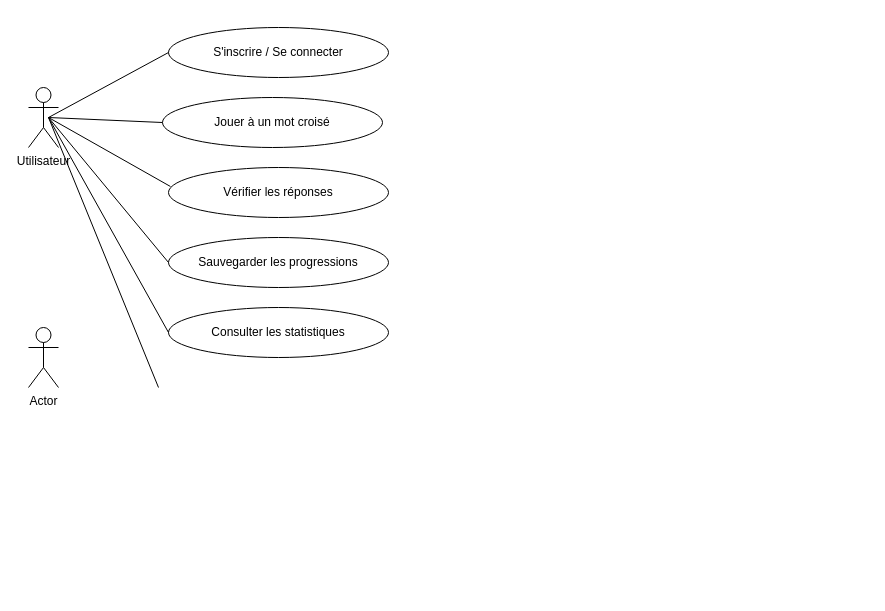
Earlier version of the draw.io diagram diagramme de cas d'utilisation.drawio (Kimii01/Mot-crois-e-apk). Source tidied: cells renumbered, new cells numbered last; positions are measured from the earlier drawing's top-left corner, leaving out a move shared by most shapes. Both pictures are drawn from the tidied source at 100%, with x=0, y=0 at pixel (28, 27).
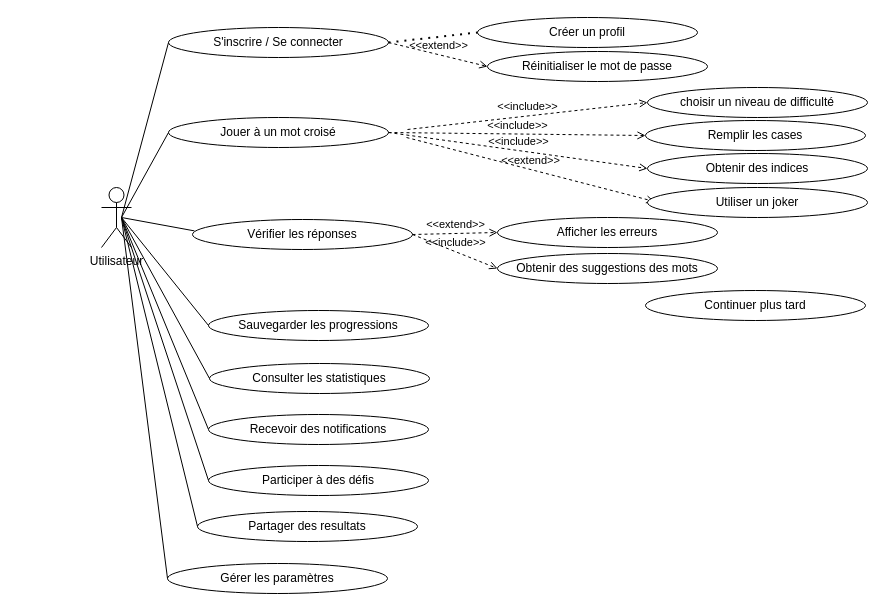
The same page after the edit.

Commit message:
Mettre à jour diagramme de cas d'utilisation.drawio

What changed in the source:
```diff
@@
+    <mxCell id="14" value="Réinitialiser le mot de passe" style="ellipse;whiteSpace=wrap;html=1;" parent="1" vertex="1">
+      <mxGeometry x="459" y="24" width="220" height="30" as="geometry" />
+    </mxCell>
+    <mxCell id="15" value="Créer un profil" style="ellipse;whiteSpace=wrap;html=1;" parent="1" vertex="1">
+      <mxGeometry x="449" y="-10" width="220" height="30" as="geometry" />
+    </mxCell>
+    <mxCell id="16" style="endArrow=none;dashed=1;html=1;dashPattern=1 3;strokeWidth=2;rounded=0;exitX=1;exitY=0.5;exitDx=0;exitDy=0;entryX=0;entryY=0.5;entryDx=0;entryDy=0;" parent="1" edge="1" source="3" target="15">
+      <mxGeometry relative="1" as="geometry" />
+    </mxCell>
+    <mxCell id="17" style="group;" parent="1" vertex="1">
+      <mxGeometry x="73" y="70" width="360" height="350" as="geometry" />
+    </mxCell>
-    <mxCell id="2" value="Utilisateur" style="shape=umlActor;verticalLabelPosition=bottom;verticalAlign=top;html=1;" parent="1" vertex="1">
-      <mxGeometry y="60" width="30" height="60" as="geometry" />
+    <mxCell id="2" value="Utilisateur" style="shape=umlActor;verticalLabelPosition=bottom;verticalAlign=top;html=1;" parent="17" vertex="1">
+      <mxGeometry y="90" width="30" height="60" as="geometry" />
     </mxCell>
-    <mxCell id="3" value="S'inscrire / Se connecter" style="ellipse;whiteSpace=wrap;html=1;" parent="1" vertex="1">
-      <mxGeometry x="140" width="220" height="50" as="geometry" />
-    </mxCell>
-    <mxCell id="4" value="Jouer à un mot croisé" style="ellipse;whiteSpace=wrap;html=1;" parent="1" vertex="1">
-      <mxGeometry x="134" y="70" width="220" height="50" as="geometry" />
+    <mxCell id="4" value="Jouer à un mot croisé" style="ellipse;whiteSpace=wrap;html=1;" parent="17" vertex="1">
+      <mxGeometry x="67" y="20" width="220" height="30" as="geometry" />
     </mxCell>
-    <mxCell id="5" value="Vérifier les réponses" style="ellipse;whiteSpace=wrap;html=1;" parent="1" vertex="1">
-      <mxGeometry x="140" y="140" width="220" height="50" as="geometry" />
+    <mxCell id="5" value="Vérifier les réponses" style="ellipse;whiteSpace=wrap;html=1;" parent="17" vertex="1">
+      <mxGeometry x="91" y="122" width="220" height="30" as="geometry" />
     </mxCell>
-    <mxCell id="6" value="Sauvegarder les progressions" style="ellipse;whiteSpace=wrap;html=1;" parent="1" vertex="1">
-      <mxGeometry x="140" y="210" width="220" height="50" as="geometry" />
+    <mxCell id="6" value="Sauvegarder les progressions" style="ellipse;whiteSpace=wrap;html=1;" parent="17" vertex="1">
+      <mxGeometry x="107" y="213" width="220" height="30" as="geometry" />
     </mxCell>
-    <mxCell id="7" value="Actor" style="shape=umlActor;verticalLabelPosition=bottom;verticalAlign=top;html=1;" parent="1" vertex="1">
-      <mxGeometry y="300" width="30" height="60" as="geometry" />
-    </mxCell>
-    <mxCell id="8" style="endArrow=none;html=1;rounded=0;entryX=0;entryY=0.5;entryDx=0;entryDy=0;exitX=0;exitY=0.5;exitDx=0;exitDy=0;" parent="1" edge="1" source="4" target="3">
-      <mxGeometry relative="1" as="geometry">
-        <Array as="points">
-          <mxPoint x="20" y="90" />
-        </Array>
-      </mxGeometry>
-    </mxCell>
-    <mxCell id="9" style="edgeStyle=orthogonalEdgeStyle;rounded=0;orthogonalLoop=1;jettySize=auto;html=1;exitX=0.5;exitY=1;exitDx=0;exitDy=0;" parent="1" edge="1" source="4" target="4">
-      <mxGeometry relative="1" as="geometry" />
-    </mxCell>
-    <mxCell id="10" style="edgeStyle=orthogonalEdgeStyle;rounded=0;orthogonalLoop=1;jettySize=auto;html=1;exitX=0.5;exitY=1;exitDx=0;exitDy=0;" parent="1" edge="1" source="4" target="4">
-      <mxGeometry relative="1" as="geometry" />
-    </mxCell>
-    <mxCell id="11" style="endArrow=none;html=1;rounded=0;entryX=0.009;entryY=0.38;entryDx=0;entryDy=0;entryPerimeter=0;exitX=0;exitY=0.5;exitDx=0;exitDy=0;" parent="1" edge="1" source="6" target="5">
+    <mxCell id="11" style="endArrow=none;html=1;rounded=0;entryX=0.009;entryY=0.38;entryDx=0;entryDy=0;entryPerimeter=0;exitX=0;exitY=0.5;exitDx=0;exitDy=0;" parent="17" edge="1" source="6" target="5">
       <mxGeometry relative="1" as="geometry">
         <Array as="points">
-          <mxPoint x="20" y="90" />
+          <mxPoint x="20" y="120" />
         </Array>
       </mxGeometry>
     </mxCell>
-    <mxCell id="12" value="Consulter les statistiques" style="ellipse;whiteSpace=wrap;html=1;" parent="1" vertex="1">
-      <mxGeometry x="140" y="280" width="220" height="50" as="geometry" />
+    <mxCell id="12" value="Consulter les statistiques" style="ellipse;whiteSpace=wrap;html=1;" parent="17" vertex="1">
+      <mxGeometry x="108" y="266" width="220" height="30" as="geometry" />
     </mxCell>
-    <mxCell id="13" style="endArrow=none;html=1;rounded=0;entryX=0;entryY=0.5;entryDx=0;entryDy=0;" parent="1" edge="1" target="12">
+    <mxCell id="13" style="endArrow=none;html=1;rounded=0;entryX=0;entryY=0.5;entryDx=0;entryDy=0;exitX=0;exitY=0.5;exitDx=0;exitDy=0;" parent="17" edge="1" source="18" target="12">
       <mxGeometry relative="1" as="geometry">
-        <mxPoint x="130" y="360" as="sourcePoint" />
         <Array as="points">
-          <mxPoint x="20" y="90" />
+          <mxPoint x="20" y="120" />
         </Array>
       </mxGeometry>
     </mxCell>
+    <mxCell id="18" value="Recevoir des notifications" style="ellipse;whiteSpace=wrap;html=1;" parent="17" vertex="1">
+      <mxGeometry x="107" y="317" width="220" height="30" as="geometry" />
+    </mxCell>
+    <mxCell id="19" value="Participer à des défis" style="ellipse;whiteSpace=wrap;html=1;" parent="17" vertex="1">
+      <mxGeometry x="107" y="368" width="220" height="30" as="geometry" />
+    </mxCell>
+    <mxCell id="20" value="Partager des resultats" style="ellipse;whiteSpace=wrap;html=1;" parent="17" vertex="1">
+      <mxGeometry x="96" y="414" width="220" height="30" as="geometry" />
+    </mxCell>
+    <mxCell id="21" value="Gérer les paramètres" style="ellipse;whiteSpace=wrap;html=1;" parent="17" vertex="1">
+      <mxGeometry x="66" y="466" width="220" height="30" as="geometry" />
+    </mxCell>
+    <mxCell id="22" style="endArrow=none;html=1;rounded=0;entryX=0;entryY=0.5;entryDx=0;entryDy=0;exitX=0;exitY=0.5;exitDx=0;exitDy=0;exitPerimeter=0;" parent="17" edge="1" source="19" target="20">
+      <mxGeometry relative="1" as="geometry">
+        <Array as="points">
+          <mxPoint x="20" y="120" />
+        </Array>
+      </mxGeometry>
+    </mxCell>
+    <mxCell id="23" style="endArrow=none;html=1;rounded=0;exitX=0;exitY=0.5;exitDx=0;exitDy=0;" parent="17" edge="1" source="21">
+      <mxGeometry relative="1" as="geometry">
+        <mxPoint x="20" y="120" as="targetPoint" />
+      </mxGeometry>
+    </mxCell>
+    <mxCell id="9" style="edgeStyle=orthogonalEdgeStyle;rounded=0;orthogonalLoop=1;jettySize=auto;html=1;exitX=0.5;exitY=1;exitDx=0;exitDy=0;" parent="17" edge="1" source="4" target="4">
+      <mxGeometry relative="1" as="geometry" />
+    </mxCell>
+    <mxCell id="10" style="edgeStyle=orthogonalEdgeStyle;rounded=0;orthogonalLoop=1;jettySize=auto;html=1;exitX=0.5;exitY=1;exitDx=0;exitDy=0;" parent="17" edge="1" source="4" target="4">
+      <mxGeometry relative="1" as="geometry" />
+    </mxCell>
+    <mxCell id="24" value="&amp;lt;&amp;lt;extend&amp;gt;&amp;gt;" style="html=1;verticalAlign=bottom;labelBackgroundColor=none;endArrow=open;endFill=0;dashed=1;rounded=0;entryX=0.032;entryY=0.467;entryDx=0;entryDy=0;entryPerimeter=0;" parent="17" edge="1" target="28">
+      <mxGeometry relative="1" as="geometry">
+        <mxPoint x="305" y="40" as="sourcePoint" />
+      </mxGeometry>
+    </mxCell>
+    <mxCell id="3" value="S'inscrire / Se connecter" style="ellipse;whiteSpace=wrap;html=1;" parent="1" vertex="1">
+      <mxGeometry x="140" width="220" height="30" as="geometry" />
+    </mxCell>
+    <mxCell id="8" style="endArrow=none;html=1;rounded=0;entryX=0;entryY=0.5;entryDx=0;entryDy=0;exitX=0;exitY=0.5;exitDx=0;exitDy=0;" parent="1" edge="1" source="4" target="3">
+      <mxGeometry relative="1" as="geometry">
+        <Array as="points">
+          <mxPoint x="93" y="190" />
+        </Array>
+      </mxGeometry>
+    </mxCell>
+    <mxCell id="25" value="choisir un niveau de difficulté" style="ellipse;whiteSpace=wrap;html=1;" parent="1" vertex="1">
+      <mxGeometry x="619" y="60" width="220" height="30" as="geometry" />
+    </mxCell>
+    <mxCell id="26" value="Remplir les cases" style="ellipse;whiteSpace=wrap;html=1;" parent="1" vertex="1">
+      <mxGeometry x="617" y="93" width="220" height="30" as="geometry" />
+    </mxCell>
+    <mxCell id="27" value="Obtenir des indices" style="ellipse;whiteSpace=wrap;html=1;" parent="1" vertex="1">
+      <mxGeometry x="619" y="126" width="220" height="30" as="geometry" />
+    </mxCell>
+    <mxCell id="28" value="Utiliser un joker" style="ellipse;whiteSpace=wrap;html=1;" parent="1" vertex="1">
+      <mxGeometry x="619" y="160" width="220" height="30" as="geometry" />
+    </mxCell>
+    <mxCell id="29" value="&amp;lt;&amp;lt;include&amp;gt;&amp;gt;" style="html=1;verticalAlign=bottom;labelBackgroundColor=none;endArrow=open;endFill=0;dashed=1;rounded=0;entryX=0;entryY=0.5;entryDx=0;entryDy=0;" parent="1" edge="1" target="25">
+      <mxGeometry relative="1" as="geometry">
+        <mxPoint x="379" y="102" as="sourcePoint" />
+      </mxGeometry>
+    </mxCell>
+    <mxCell id="30" value="&amp;lt;&amp;lt;include&amp;gt;&amp;gt;" style="html=1;verticalAlign=bottom;labelBackgroundColor=none;endArrow=open;endFill=0;dashed=1;rounded=0;entryX=0;entryY=0.5;entryDx=0;entryDy=0;exitX=1;exitY=0.5;exitDx=0;exitDy=0;" parent="1" edge="1" source="4" target="26">
+      <mxGeometry relative="1" as="geometry" />
+    </mxCell>
+    <mxCell id="31" value="&amp;lt;&amp;lt;include&amp;gt;&amp;gt;" style="html=1;verticalAlign=bottom;labelBackgroundColor=none;endArrow=open;endFill=0;dashed=1;rounded=0;entryX=0;entryY=0.5;entryDx=0;entryDy=0;exitX=1;exitY=0.5;exitDx=0;exitDy=0;" parent="1" edge="1" source="4" target="27">
+      <mxGeometry relative="1" as="geometry" />
+    </mxCell>
+    <mxCell id="32" value="&amp;lt;&amp;lt;extend&amp;gt;&amp;gt;" style="html=1;verticalAlign=bottom;labelBackgroundColor=none;endArrow=open;endFill=0;dashed=1;rounded=0;entryX=0;entryY=0.5;entryDx=0;entryDy=0;exitX=1;exitY=0.5;exitDx=0;exitDy=0;" parent="1" edge="1" source="3" target="14">
+      <mxGeometry relative="1" as="geometry" />
+    </mxCell>
+    <mxCell id="33" value="Afficher les erreurs" style="ellipse;whiteSpace=wrap;html=1;" parent="1" vertex="1">
+      <mxGeometry x="469" y="190" width="220" height="30" as="geometry" />
+    </mxCell>
+    <mxCell id="34" value="Obtenir des suggestions des mots" style="ellipse;whiteSpace=wrap;html=1;" parent="1" vertex="1">
+      <mxGeometry x="469" y="226" width="220" height="30" as="geometry" />
+    </mxCell>
+    <mxCell id="35" value="&amp;lt;&amp;lt;extend&amp;gt;&amp;gt;" style="html=1;verticalAlign=bottom;labelBackgroundColor=none;endArrow=open;endFill=0;dashed=1;rounded=0;entryX=0;entryY=0.5;entryDx=0;entryDy=0;exitX=1;exitY=0.5;exitDx=0;exitDy=0;" parent="1" edge="1" source="5" target="33">
+      <mxGeometry relative="1" as="geometry" />
+    </mxCell>
+    <mxCell id="36" value="&amp;lt;&amp;lt;include&amp;gt;&amp;gt;" style="html=1;verticalAlign=bottom;labelBackgroundColor=none;endArrow=open;endFill=0;dashed=1;rounded=0;entryX=0;entryY=0.5;entryDx=0;entryDy=0;exitX=1;exitY=0.5;exitDx=0;exitDy=0;" parent="1" edge="1" source="5" target="34">
+      <mxGeometry relative="1" as="geometry" />
+    </mxCell>
+    <mxCell id="37" value="Continuer plus tard" style="ellipse;whiteSpace=wrap;html=1;" parent="1" vertex="1">
+      <mxGeometry x="617" y="263" width="220" height="30" as="geometry" />
+    </mxCell>
```
